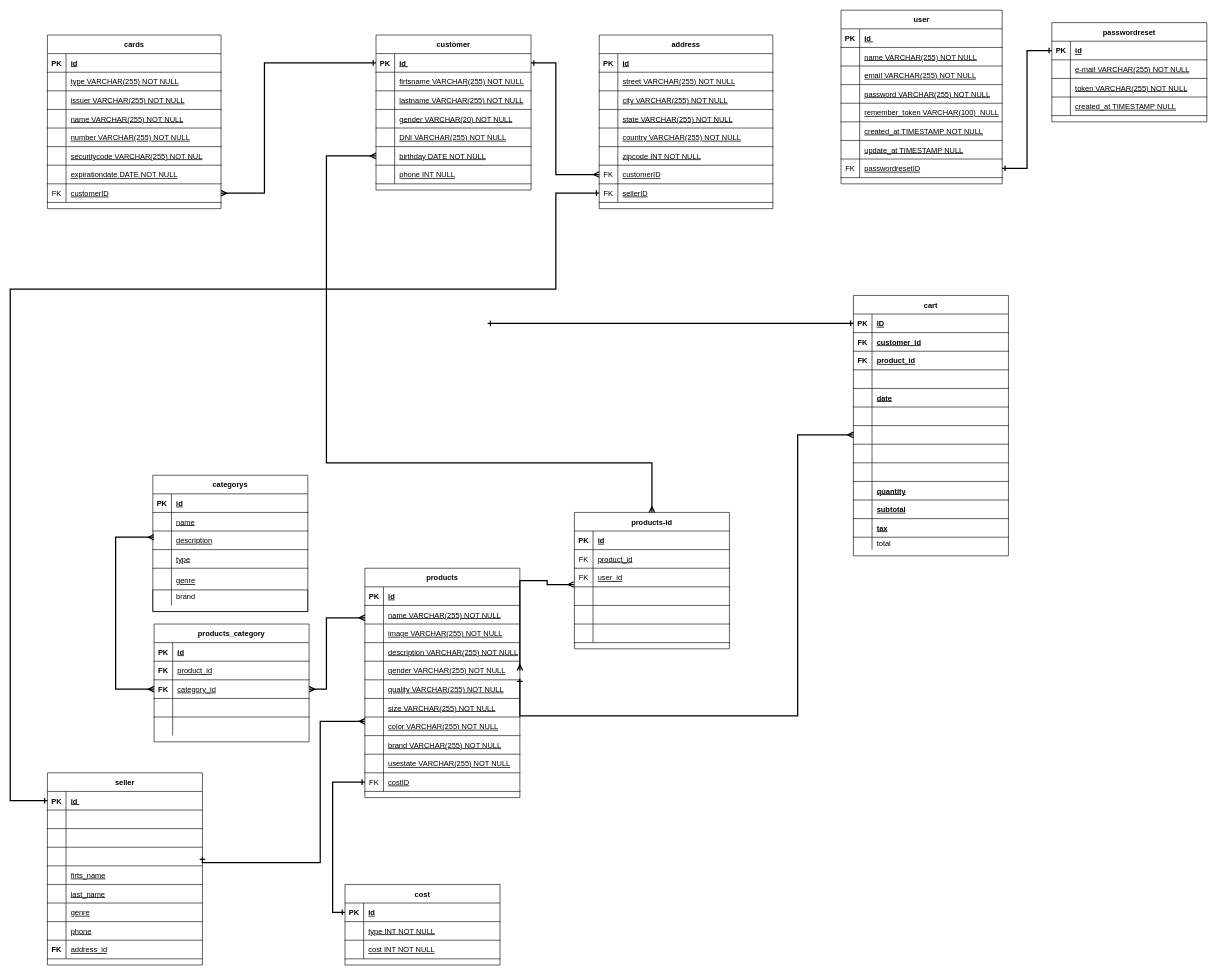
Before: Untitled Diagram.drawio in canetemauricio/equipo11, a draw.io diagram. Source tidied: cells renumbered, new cells numbered last; positions are measured from the earlier drawing's top-left corner, leaving out a move shared by most shapes. Both pictures are drawn from the tidied source at 62%, with x=0, y=0 at pixel (10, 10).
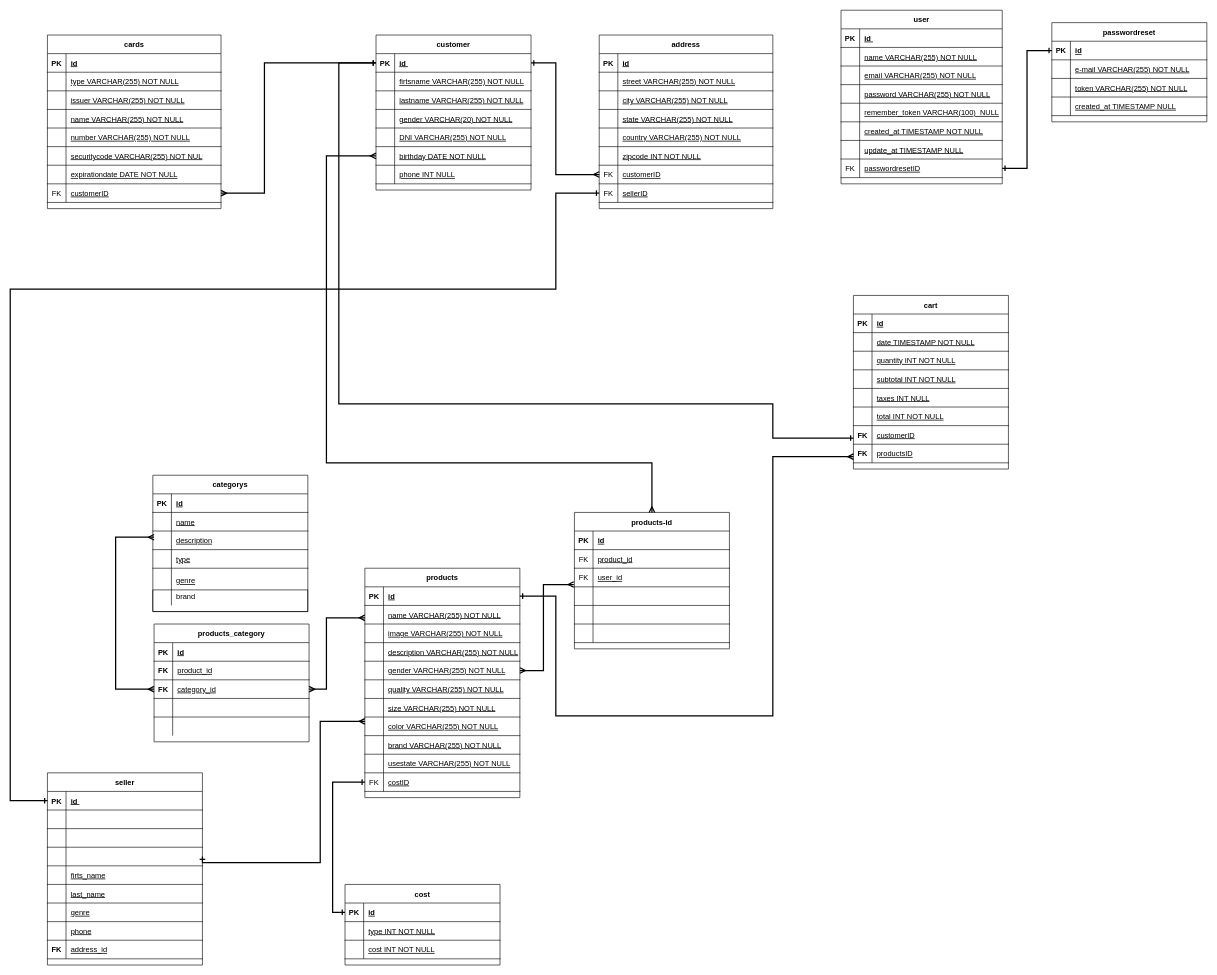
The same page after the edit.

The change refers to these unchanged cells:
```xml
<mxCell id="4" style="shape=partialRectangle;fillColor=none;points=[[0,0.5],[1,0.5]];portConstraint=eastwest;top=0;left=0;right=0;bottom=1;" parent="3" vertex="1">
  <mxGeometry y="30" width="250" height="30" as="geometry" />
</mxCell>
<mxCell id="26" style="shape=partialRectangle;fillColor=none;points=[[0,0.5],[1,0.5]];portConstraint=eastwest;top=0;left=0;right=0;bottom=1;" parent="25" vertex="1">
  <mxGeometry y="30" width="250" height="30" as="geometry" />
</mxCell>
<mxCell id="38" style="shape=partialRectangle;fillColor=none;points=[[0,0.5],[1,0.5]];portConstraint=eastwest;top=0;left=0;right=0;bottom=1;fontStyle=0;" parent="25" vertex="1">
  <mxGeometry y="150" width="250" height="30" as="geometry" />
</mxCell>
<mxCell id="41" style="shape=partialRectangle;fillColor=none;points=[[0,0.5],[1,0.5]];portConstraint=eastwest;top=0;left=0;right=0;bottom=1;fontStyle=0;" parent="25" vertex="1">
  <mxGeometry y="180" width="250" height="30" as="geometry" />
</mxCell>
<mxCell id="60" style="shape=partialRectangle;fillColor=none;points=[[0,0.5],[1,0.5]];portConstraint=eastwest;top=0;left=0;right=0;bottom=1;" parent="59" vertex="1">
  <mxGeometry y="30" width="250" height="30" as="geometry" />
</mxCell>
<mxCell id="164" style="shape=partialRectangle;fillColor=none;points=[[0,0.5],[1,0.5]];portConstraint=eastwest;top=0;left=0;right=0;bottom=1;fontStyle=0;" parent="154" vertex="1">
  <mxGeometry y="120" width="250" height="30" as="geometry" />
</mxCell>
```

Change to the diagram source:
```diff
@@
     <mxCell id="59" value="cart" style="shape=table;startSize=30;childLayout=tableLayout;rowLines=0;fontStyle=1;align=center;" parent="1" vertex="1">
-      <mxGeometry x="1360" y="460" width="250" height="420" as="geometry" />
+      <mxGeometry x="1360" y="460" width="250" height="280" as="geometry" />
     </mxCell>
@@
-    <mxCell id="62" value="ID" style="shape=partialRectangle;overflow=hidden;fillColor=none;top=0;left=0;bottom=0;right=0;align=left;spacingLeft=6;fontStyle=5;" parent="60" vertex="1">
+    <mxCell id="62" value="id" style="shape=partialRectangle;overflow=hidden;fillColor=none;top=0;left=0;bottom=0;right=0;align=left;spacingLeft=6;fontStyle=5;" parent="60" vertex="1">
       <mxGeometry x="30" width="220" height="30" as="geometry" />
     </mxCell>
-    <mxCell id="63" style="shape=partialRectangle;fillColor=none;points=[[0,0.5],[1,0.5]];portConstraint=eastwest;top=0;left=0;right=0;bottom=1;" parent="59" vertex="1">
-      <mxGeometry y="60" width="250" height="30" as="geometry" />
-    </mxCell>
-    <mxCell id="64" style="shape=partialRectangle;overflow=hidden;fillColor=none;top=0;left=0;bottom=0;right=0;fontStyle=1;" parent="63" vertex="1">
-      <mxGeometry width="30" height="30" as="geometry" />
-    </mxCell>
-    <mxCell id="65" value="customer_id" style="shape=partialRectangle;overflow=hidden;fillColor=none;top=0;left=0;bottom=0;right=0;align=left;spacingLeft=6;fontStyle=5;" parent="63" vertex="1">
-      <mxGeometry x="30" width="220" height="30" as="geometry" />
-    </mxCell>
-    <mxCell id="66" style="shape=partialRectangle;fillColor=none;points=[[0,0.5],[1,0.5]];portConstraint=eastwest;top=0;left=0;right=0;bottom=1;" parent="59" vertex="1">
-      <mxGeometry y="90" width="250" height="30" as="geometry" />
-    </mxCell>
-    <mxCell id="67" style="shape=partialRectangle;overflow=hidden;fillColor=none;top=0;left=0;bottom=0;right=0;fontStyle=1;" parent="66" vertex="1">
-      <mxGeometry width="30" height="30" as="geometry" />
-    </mxCell>
-    <mxCell id="68" value="product_id" style="shape=partialRectangle;overflow=hidden;fillColor=none;top=0;left=0;bottom=0;right=0;align=left;spacingLeft=6;fontStyle=5;" parent="66" vertex="1">
-      <mxGeometry x="30" width="220" height="30" as="geometry" />
-    </mxCell>
-    <mxCell id="69" style="shape=partialRectangle;fillColor=none;top=0;left=0;right=0;bottom=1;" parent="59" vertex="1">
-      <mxGeometry y="120" width="250" height="30" as="geometry" />
-    </mxCell>
-    <mxCell id="70" style="shape=partialRectangle;overflow=hidden;fillColor=none;top=0;left=0;bottom=0;right=0;fontStyle=1;" parent="69" vertex="1">
-      <mxGeometry width="30" height="30" as="geometry" />
-    </mxCell>
-    <mxCell id="71" style="shape=partialRectangle;overflow=hidden;fillColor=none;top=0;left=0;bottom=0;right=0;align=left;spacingLeft=6;fontStyle=5;" parent="69" vertex="1">
-      <mxGeometry x="30" width="220" height="30" as="geometry" />
-    </mxCell>
     <mxCell id="72" style="shape=partialRectangle;fillColor=none;top=0;left=0;right=0;bottom=1;" parent="59" vertex="1">
-      <mxGeometry y="150" width="250" height="30" as="geometry" />
+      <mxGeometry y="60" width="250" height="30" as="geometry" />
     </mxCell>
@@
-    <mxCell id="74" value="date" style="shape=partialRectangle;overflow=hidden;fillColor=none;top=0;left=0;bottom=0;right=0;align=left;spacingLeft=6;fontStyle=5;" parent="72" vertex="1">
+    <mxCell id="74" value="date TIMESTAMP NOT NULL" style="shape=partialRectangle;overflow=hidden;fillColor=none;top=0;left=0;bottom=0;right=0;align=left;spacingLeft=6;fontStyle=4;" parent="72" vertex="1">
       <mxGeometry x="30" width="220" height="30" as="geometry" />
     </mxCell>
-    <mxCell id="75" style="shape=partialRectangle;fillColor=none;top=0;left=0;right=0;bottom=1;" parent="59" vertex="1">
-      <mxGeometry y="180" width="250" height="30" as="geometry" />
-    </mxCell>
-    <mxCell id="76" style="shape=partialRectangle;overflow=hidden;fillColor=none;top=0;left=0;bottom=0;right=0;fontStyle=1;" parent="75" vertex="1">
-      <mxGeometry width="30" height="30" as="geometry" />
-    </mxCell>
-    <mxCell id="77" style="shape=partialRectangle;overflow=hidden;fillColor=none;top=0;left=0;bottom=0;right=0;align=left;spacingLeft=6;fontStyle=5;" parent="75" vertex="1">
-      <mxGeometry x="30" width="220" height="30" as="geometry" />
-    </mxCell>
-    <mxCell id="78" style="shape=partialRectangle;fillColor=none;points=[[0,0.5],[1,0.5]];portConstraint=eastwest;top=0;left=0;right=0;bottom=1;" parent="59" vertex="1">
-      <mxGeometry y="210" width="250" height="30" as="geometry" />
-    </mxCell>
-    <mxCell id="79" style="shape=partialRectangle;overflow=hidden;fillColor=none;top=0;left=0;bottom=0;right=0;fontStyle=1;" parent="78" vertex="1">
-      <mxGeometry width="30" height="30" as="geometry" />
-    </mxCell>
-    <mxCell id="80" style="shape=partialRectangle;overflow=hidden;fillColor=none;top=0;left=0;bottom=0;right=0;align=left;spacingLeft=6;fontStyle=5;" parent="78" vertex="1">
-      <mxGeometry x="30" width="220" height="30" as="geometry" />
-    </mxCell>
-    <mxCell id="81" style="shape=partialRectangle;fillColor=none;top=0;left=0;right=0;bottom=1;" parent="59" vertex="1">
-      <mxGeometry y="240" width="250" height="30" as="geometry" />
-    </mxCell>
-    <mxCell id="82" style="shape=partialRectangle;overflow=hidden;fillColor=none;top=0;left=0;bottom=0;right=0;fontStyle=1;" parent="81" vertex="1">
-      <mxGeometry width="30" height="30" as="geometry" />
-    </mxCell>
-    <mxCell id="83" style="shape=partialRectangle;overflow=hidden;fillColor=none;top=0;left=0;bottom=0;right=0;align=left;spacingLeft=6;fontStyle=5;" parent="81" vertex="1">
-      <mxGeometry x="30" width="220" height="30" as="geometry" />
-    </mxCell>
-    <mxCell id="84" style="shape=partialRectangle;fillColor=none;top=0;left=0;right=0;bottom=1;" parent="59" vertex="1">
-      <mxGeometry y="270" width="250" height="30" as="geometry" />
-    </mxCell>
-    <mxCell id="85" style="shape=partialRectangle;overflow=hidden;fillColor=none;top=0;left=0;bottom=0;right=0;fontStyle=1;" parent="84" vertex="1">
-      <mxGeometry width="30" height="30" as="geometry" />
-    </mxCell>
-    <mxCell id="86" style="shape=partialRectangle;overflow=hidden;fillColor=none;top=0;left=0;bottom=0;right=0;align=left;spacingLeft=6;fontStyle=5;" parent="84" vertex="1">
-      <mxGeometry x="30" width="220" height="30" as="geometry" />
-    </mxCell>
     <mxCell id="87" style="shape=partialRectangle;fillColor=none;top=0;left=0;right=0;bottom=1;" parent="59" vertex="1">
-      <mxGeometry y="300" width="250" height="30" as="geometry" />
+      <mxGeometry y="90" width="250" height="30" as="geometry" />
     </mxCell>
@@
-    <mxCell id="89" value="quantity" style="shape=partialRectangle;overflow=hidden;fillColor=none;top=0;left=0;bottom=0;right=0;align=left;spacingLeft=6;fontStyle=5;" parent="87" vertex="1">
+    <mxCell id="89" value="quantity INT NOT NULL" style="shape=partialRectangle;overflow=hidden;fillColor=none;top=0;left=0;bottom=0;right=0;align=left;spacingLeft=6;fontStyle=4;" parent="87" vertex="1">
       <mxGeometry x="30" width="220" height="30" as="geometry" />
     </mxCell>
     <mxCell id="90" style="shape=partialRectangle;fillColor=none;top=0;left=0;right=0;bottom=1;" parent="59" vertex="1">
-      <mxGeometry y="330" width="250" height="30" as="geometry" />
+      <mxGeometry y="120" width="250" height="30" as="geometry" />
     </mxCell>
@@
-    <mxCell id="92" value="subtotal" style="shape=partialRectangle;overflow=hidden;fillColor=none;top=0;left=0;bottom=0;right=0;align=left;spacingLeft=6;fontStyle=5;" parent="90" vertex="1">
+    <mxCell id="92" value="subtotal INT NOT NULL" style="shape=partialRectangle;overflow=hidden;fillColor=none;top=0;left=0;bottom=0;right=0;align=left;spacingLeft=6;fontStyle=4;" parent="90" vertex="1">
       <mxGeometry x="30" width="220" height="30" as="geometry" />
     </mxCell>
     <mxCell id="93" style="shape=partialRectangle;fillColor=none;top=0;left=0;right=0;bottom=1;" parent="59" vertex="1">
-      <mxGeometry y="360" width="250" height="30" as="geometry" />
+      <mxGeometry y="150" width="250" height="30" as="geometry" />
     </mxCell>
@@
-    <mxCell id="95" value="tax" style="shape=partialRectangle;overflow=hidden;fillColor=none;top=0;left=0;bottom=0;right=0;align=left;spacingLeft=6;fontStyle=5;" parent="93" vertex="1">
+    <mxCell id="95" value="taxes INT NULL" style="shape=partialRectangle;overflow=hidden;fillColor=none;top=0;left=0;bottom=0;right=0;align=left;spacingLeft=6;fontStyle=4;" parent="93" vertex="1">
       <mxGeometry x="30" width="220" height="30" as="geometry" />
     </mxCell>
-    <mxCell id="96" style="shape=partialRectangle;fillColor=none;top=0;left=0;right=0;bottom=0;" parent="59" vertex="1">
-      <mxGeometry y="390" width="250" height="20" as="geometry" />
-    </mxCell>
-    <mxCell id="97" style="shape=partialRectangle;overflow=hidden;fillColor=none;top=0;left=0;bottom=0;right=0;" parent="96" vertex="1">
-      <mxGeometry width="30" height="20" as="geometry" />
-    </mxCell>
-    <mxCell id="98" value="total" style="shape=partialRectangle;overflow=hidden;fillColor=none;top=0;left=0;bottom=0;right=0;align=left;spacingLeft=6;" parent="96" vertex="1">
-      <mxGeometry x="30" width="220" height="20" as="geometry" />
-    </mxCell>
+    <mxCell id="81" style="shape=partialRectangle;fillColor=none;top=0;left=0;right=0;bottom=1;" parent="59" vertex="1">
+      <mxGeometry y="180" width="250" height="30" as="geometry" />
+    </mxCell>
+    <mxCell id="82" style="shape=partialRectangle;overflow=hidden;fillColor=none;top=0;left=0;bottom=0;right=0;fontStyle=1;" parent="81" vertex="1">
+      <mxGeometry width="30" height="30" as="geometry" />
+    </mxCell>
+    <mxCell id="83" value="total INT NOT NULL" style="shape=partialRectangle;overflow=hidden;fillColor=none;top=0;left=0;bottom=0;right=0;align=left;spacingLeft=6;fontStyle=4;" parent="81" vertex="1">
+      <mxGeometry x="30" width="220" height="30" as="geometry" />
+    </mxCell>
+    <mxCell id="63" style="shape=partialRectangle;fillColor=none;points=[[0,0.5],[1,0.5]];portConstraint=eastwest;top=0;left=0;right=0;bottom=1;" parent="59" vertex="1">
+      <mxGeometry y="210" width="250" height="30" as="geometry" />
+    </mxCell>
+    <mxCell id="64" style="shape=partialRectangle;overflow=hidden;fillColor=none;top=0;left=0;bottom=0;right=0;fontStyle=1;" parent="63" vertex="1">
+      <mxGeometry width="30" height="30" as="geometry" />
+    </mxCell>
+    <mxCell id="65" value="customerID" style="shape=partialRectangle;overflow=hidden;fillColor=none;top=0;left=0;bottom=0;right=0;align=left;spacingLeft=6;fontStyle=4;" parent="63" vertex="1">
+      <mxGeometry x="30" width="220" height="30" as="geometry" />
+    </mxCell>
+    <mxCell id="66" style="shape=partialRectangle;fillColor=none;points=[[0,0.5],[1,0.5]];portConstraint=eastwest;top=0;left=0;right=0;bottom=1;" parent="59" vertex="1">
+      <mxGeometry y="240" width="250" height="30" as="geometry" />
+    </mxCell>
+    <mxCell id="67" style="shape=partialRectangle;overflow=hidden;fillColor=none;top=0;left=0;bottom=0;right=0;fontStyle=1;" parent="66" vertex="1">
+      <mxGeometry width="30" height="30" as="geometry" />
+    </mxCell>
+    <mxCell id="68" value="productsID" style="shape=partialRectangle;overflow=hidden;fillColor=none;top=0;left=0;bottom=0;right=0;align=left;spacingLeft=6;fontStyle=4;" parent="66" vertex="1">
+      <mxGeometry x="30" width="220" height="30" as="geometry" />
+    </mxCell>
@@
     <mxCell id="186" style="edgeStyle=orthogonalEdgeStyle;rounded=0;jettySize=auto;html=1;exitX=1;exitY=0.5;exitDx=0;exitDy=0;startArrow=ERmany;startFill=0;endArrow=ERmany;endFill=0;strokeWidth=2;entryX=-0.004;entryY=-0.124;entryDx=0;entryDy=0;entryPerimeter=0;" parent="1" edge="1" source="38" target="164">
       <mxGeometry relative="1" as="geometry">
         <Array as="points">
-          <mxPoint x="822" y="920" />
-          <mxPoint x="866" y="920" />
-          <mxPoint x="866" y="926" />
+          <mxPoint x="860" y="1065" />
+          <mxPoint x="860" y="926" />
         </Array>
       </mxGeometry>
     </mxCell>
@@
-    <mxCell id="295" value="FK" style="shape=partialRectangle;overflow=hidden;fillColor=none;top=0;left=0;bottom=0;right=0;fontStyle=1;labelBorderColor=none;" parent="1" vertex="1">
-      <mxGeometry x="1360" y="550" width="30" height="30" as="geometry" />
-    </mxCell>
     <mxCell id="296" value="FK" style="shape=partialRectangle;overflow=hidden;fillColor=none;top=0;left=0;bottom=0;right=0;fontStyle=1;labelBorderColor=none;" parent="1" vertex="1">
-      <mxGeometry x="1360" y="520" width="30" height="30" as="geometry" />
+      <mxGeometry x="1360" y="670" width="30" height="30" as="geometry" />
     </mxCell>
-    <mxCell id="297" style="edgeStyle=orthogonalEdgeStyle;rounded=0;jettySize=auto;html=1;startArrow=ERone;startFill=0;endArrow=ERone;endFill=0;strokeWidth=2;exitX=0;exitY=0.5;exitDx=0;exitDy=0;" parent="1" edge="1" source="60">
+    <mxCell id="297" style="edgeStyle=orthogonalEdgeStyle;rounded=0;jettySize=auto;html=1;startArrow=ERone;startFill=0;endArrow=ERone;endFill=0;strokeWidth=2;entryX=0;entryY=0.5;entryDx=0;entryDy=0;" parent="1" edge="1" source="63" target="4">
       <mxGeometry relative="1" as="geometry">
-        <mxPoint x="770" y="505" as="targetPoint" />
         <Array as="points">
-          <mxPoint x="840" y="505" />
+          <mxPoint x="1230" y="690" />
+          <mxPoint x="1230" y="635" />
+          <mxPoint x="530" y="635" />
+          <mxPoint x="530" y="85" />
         </Array>
       </mxGeometry>
     </mxCell>
-    <mxCell id="298" style="edgeStyle=orthogonalEdgeStyle;rounded=0;jettySize=auto;html=1;startArrow=ERmany;startFill=0;endArrow=ERone;endFill=0;strokeWidth=2;exitX=0;exitY=0.5;exitDx=0;exitDy=0;entryX=1;entryY=-0.067;entryDx=0;entryDy=0;entryPerimeter=0;" parent="1" edge="1" source="78" target="41">
+    <mxCell id="298" style="edgeStyle=orthogonalEdgeStyle;rounded=0;jettySize=auto;html=1;startArrow=ERmany;startFill=0;endArrow=ERone;endFill=0;strokeWidth=2;entryX=1;entryY=0.5;entryDx=0;entryDy=0;" parent="1" edge="1" source="66" target="26">
       <mxGeometry relative="1" as="geometry">
         <Array as="points">
-          <mxPoint x="1270" y="685" />
-          <mxPoint x="1270" y="1138" />
+          <mxPoint x="1230" y="720" />
+          <mxPoint x="1230" y="1138" />
+          <mxPoint x="880" y="1138" />
+          <mxPoint x="880" y="945" />
         </Array>
       </mxGeometry>
     </mxCell>
@@
+    <mxCell id="295" value="FK" style="shape=partialRectangle;overflow=hidden;fillColor=none;top=0;left=0;bottom=0;right=0;fontStyle=1;labelBorderColor=none;" parent="1" vertex="1">
+      <mxGeometry x="1360" y="700" width="30" height="30" as="geometry" />
+    </mxCell>
```
